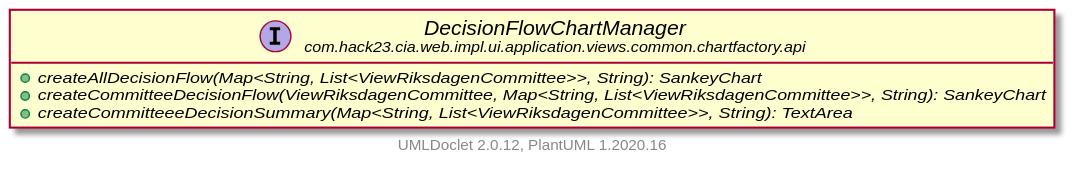
Earlier version of the PlantUML export testapidocs/com/hack23/cia/web/impl/ui/application/views/common/chartfactory/api/DecisionFlowChartManager.svg (Hack23/cia).
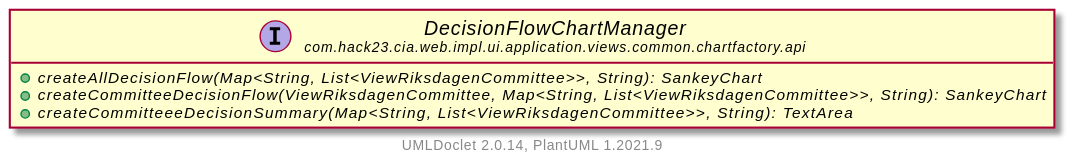
Above is the later version.

Diff of the diagram source:
```diff
@@ -9,5 +9,5 @@
         {abstract} +createCommitteeeDecisionSummary(Map<String, List<ViewRiksdagenCommittee>>, String): TextArea
     }
 
-    center footer UMLDoclet 2.0.12, PlantUML 1.2020.16
+    center footer UMLDoclet 2.0.14, PlantUML 1.2021.9
 @enduml
```
